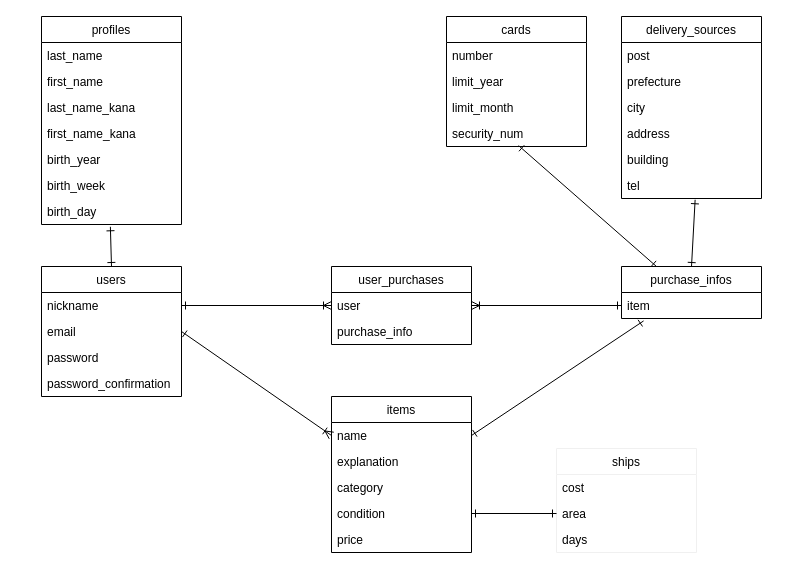
Above: furima-er.drawio in HirokiYagou/furima-33492 (draw.io), before the change. Source tidied: cells renumbered, new cells numbered last; positions are measured from the earlier drawing's top-left corner, leaving out a move shared by most shapes. Both pictures are drawn from the tidied source at 100%, with x=0, y=0 at pixel (41, 16).
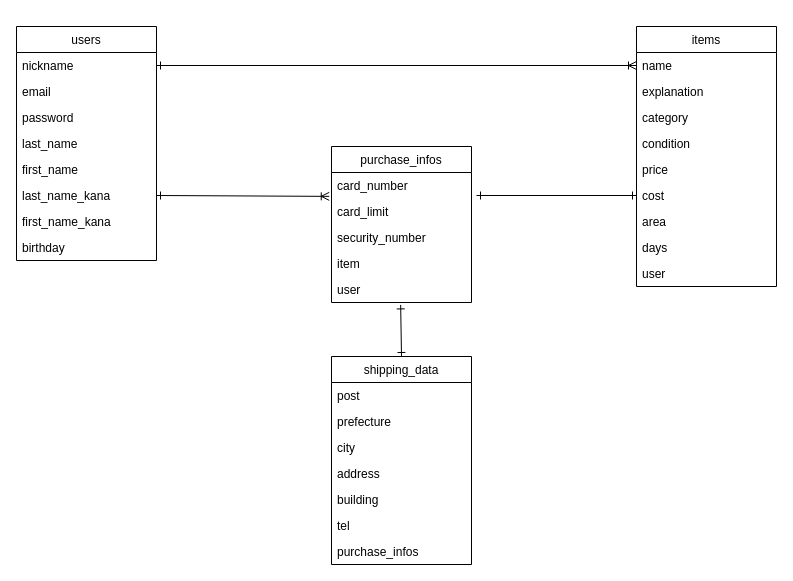
After the change.

Commit message (it also covers changes not shown here):
ER図、README修正

The change refers to these unchanged cells:
```xml
<mxCell id="3" value="nickname" style="text;strokeColor=none;fillColor=none;align=left;verticalAlign=top;spacingLeft=4;spacingRight=4;overflow=hidden;points=[[0,0.5],[1,0.5]];portConstraint=eastwest;" parent="2" vertex="1">
  <mxGeometry y="26" width="140" height="26" as="geometry" />
</mxCell>
<mxCell id="4" value="email " style="text;strokeColor=none;fillColor=none;align=left;verticalAlign=top;spacingLeft=4;spacingRight=4;overflow=hidden;points=[[0,0.5],[1,0.5]];portConstraint=eastwest;" parent="2" vertex="1">
  <mxGeometry y="52" width="140" height="26" as="geometry" />
</mxCell>
<mxCell id="8" value="name" style="text;strokeColor=none;fillColor=none;align=left;verticalAlign=top;spacingLeft=4;spacingRight=4;overflow=hidden;points=[[0,0.5],[1,0.5]];portConstraint=eastwest;" parent="7" vertex="1">
  <mxGeometry y="26" width="140" height="26" as="geometry" />
</mxCell>
<mxCell id="11" value="condition" style="text;strokeColor=none;fillColor=none;align=left;verticalAlign=top;spacingLeft=4;spacingRight=4;overflow=hidden;points=[[0,0.5],[1,0.5]];portConstraint=eastwest;" parent="7" vertex="1">
  <mxGeometry y="104" width="140" height="26" as="geometry" />
</mxCell>
<mxCell id="42" value="tel" style="text;strokeColor=none;fillColor=none;align=left;verticalAlign=top;spacingLeft=4;spacingRight=4;overflow=hidden;points=[[0,0.5],[1,0.5]];portConstraint=eastwest;" parent="36" vertex="1">
  <mxGeometry y="156" width="140" height="26" as="geometry" />
</mxCell>
```

The edit, as a diff of the source:
```diff
@@
     <mxCell id="2" value="users" style="swimlane;fontStyle=0;horizontal=1;startSize=26;labelBackgroundColor=none;labelBorderColor=none;fillColor=none;" parent="1" vertex="1">
-      <mxGeometry y="250" width="140" height="130" as="geometry" />
+      <mxGeometry x="-25" y="10" width="140" height="234" as="geometry" />
     </mxCell>
@@
-    <mxCell id="6" value="password_confirmation" style="text;strokeColor=none;fillColor=none;align=left;verticalAlign=top;spacingLeft=4;spacingRight=4;overflow=hidden;" parent="2" vertex="1">
-      <mxGeometry y="104" width="140" height="26" as="geometry" />
-    </mxCell>
+    <mxCell id="23" value="last_name" style="text;strokeColor=none;fillColor=none;align=left;verticalAlign=top;spacingLeft=4;spacingRight=4;overflow=hidden;" parent="2" vertex="1">
+      <mxGeometry y="104" width="140" height="26" as="geometry" />
+    </mxCell>
+    <mxCell id="24" value="first_name" style="text;strokeColor=none;fillColor=none;align=left;verticalAlign=top;spacingLeft=4;spacingRight=4;overflow=hidden;" parent="2" vertex="1">
+      <mxGeometry y="130" width="140" height="26" as="geometry" />
+    </mxCell>
+    <mxCell id="25" value="last_name_kana" style="text;strokeColor=none;fillColor=none;align=left;verticalAlign=top;spacingLeft=4;spacingRight=4;overflow=hidden;points=[[0,0.5],[1,0.5]];portConstraint=eastwest;" parent="2" vertex="1">
+      <mxGeometry y="156" width="140" height="26" as="geometry" />
+    </mxCell>
+    <mxCell id="26" value="first_name_kana" style="text;strokeColor=none;fillColor=none;align=left;verticalAlign=top;spacingLeft=4;spacingRight=4;overflow=hidden;points=[[0,0.5],[1,0.5]];portConstraint=eastwest;" parent="2" vertex="1">
+      <mxGeometry y="182" width="140" height="26" as="geometry" />
+    </mxCell>
+    <mxCell id="51" value="birthday" style="text;strokeColor=none;fillColor=none;align=left;verticalAlign=top;spacingLeft=4;spacingRight=4;overflow=hidden;" parent="2" vertex="1">
+      <mxGeometry y="208" width="140" height="26" as="geometry" />
+    </mxCell>
     <mxCell id="7" value="items" style="swimlane;fontStyle=0;horizontal=1;startSize=26;fillColor=none;" parent="1" vertex="1">
-      <mxGeometry x="290" y="380" width="140" height="156" as="geometry" />
+      <mxGeometry x="595" y="10" width="140" height="260" as="geometry" />
     </mxCell>
@@
+    <mxCell id="47" value="cost" style="text;strokeColor=none;fillColor=none;align=left;verticalAlign=top;spacingLeft=4;spacingRight=4;overflow=hidden;points=[[0,0.5],[1,0.5]];portConstraint=eastwest;" parent="7" vertex="1">
+      <mxGeometry y="156" width="140" height="26" as="geometry" />
+    </mxCell>
+    <mxCell id="48" value="area" style="text;strokeColor=none;fillColor=none;align=left;verticalAlign=top;spacingLeft=4;spacingRight=4;overflow=hidden;points=[[0,0.5],[1,0.5]];portConstraint=eastwest;" parent="7" vertex="1">
+      <mxGeometry y="182" width="140" height="26" as="geometry" />
+    </mxCell>
+    <mxCell id="49" value="days" style="text;strokeColor=none;fillColor=none;align=left;verticalAlign=top;spacingLeft=4;spacingRight=4;overflow=hidden;" parent="7" vertex="1">
+      <mxGeometry y="208" width="140" height="26" as="geometry" />
+    </mxCell>
+    <mxCell id="52" value="user" style="text;strokeColor=none;fillColor=none;align=left;verticalAlign=top;spacingLeft=4;spacingRight=4;overflow=hidden;" parent="7" vertex="1">
+      <mxGeometry y="234" width="140" height="26" as="geometry" />
+    </mxCell>
     <mxCell id="13" value="purchase_infos" style="swimlane;fontStyle=0;horizontal=1;startSize=26;fillColor=none;labelBackgroundColor=none;" parent="1" vertex="1">
-      <mxGeometry x="580" y="250" width="140" height="52" as="geometry" />
+      <mxGeometry x="290" y="130" width="140" height="156" as="geometry" />
     </mxCell>
+    <mxCell id="53" value="card_number" style="text;strokeColor=none;fillColor=none;align=left;verticalAlign=top;spacingLeft=4;spacingRight=4;overflow=hidden;" parent="13" vertex="1">
+      <mxGeometry y="26" width="140" height="26" as="geometry" />
+    </mxCell>
+    <mxCell id="54" value="card_limit" style="text;strokeColor=none;fillColor=none;align=left;verticalAlign=top;spacingLeft=4;spacingRight=4;overflow=hidden;points=[[0,0.5],[1,0.5]];portConstraint=eastwest;" parent="13" vertex="1">
+      <mxGeometry y="52" width="140" height="26" as="geometry" />
+    </mxCell>
+    <mxCell id="55" value="security_number" style="text;strokeColor=none;fillColor=none;align=left;verticalAlign=top;spacingLeft=4;spacingRight=4;overflow=hidden;" parent="13" vertex="1">
+      <mxGeometry y="78" width="140" height="26" as="geometry" />
+    </mxCell>
     <mxCell id="14" value="item" style="text;strokeColor=none;fillColor=none;align=left;verticalAlign=top;spacingLeft=4;spacingRight=4;overflow=hidden;points=[[0,0.5],[1,0.5]];portConstraint=eastwest;" parent="13" vertex="1">
-      <mxGeometry y="26" width="140" height="26" as="geometry" />
+      <mxGeometry y="104" width="140" height="26" as="geometry" />
     </mxCell>
+    <mxCell id="56" value="user" style="text;strokeColor=none;fillColor=none;align=left;verticalAlign=top;spacingLeft=4;spacingRight=4;overflow=hidden;points=[[0,0.5],[1,0.5]];portConstraint=eastwest;" parent="13" vertex="1">
+      <mxGeometry y="130" width="140" height="26" as="geometry" />
+    </mxCell>
-    <mxCell id="15" style="endArrow=ERoneToMany;html=1;exitX=1;exitY=0.5;exitDx=0;exitDy=0;entryX=0;entryY=0.5;entryDx=0;entryDy=0;endFill=0;startArrow=ERone;startFill=0;" parent="1" edge="1" source="4" target="8">
+    <mxCell id="15" style="endArrow=ERoneToMany;html=1;exitX=1;exitY=0.5;exitDx=0;exitDy=0;entryX=0;entryY=0.5;entryDx=0;entryDy=0;endFill=0;startArrow=ERone;startFill=0;" parent="1" edge="1" source="3" target="8">
       <mxGeometry relative="1" as="geometry" />
     </mxCell>
-    <mxCell id="16" style="endArrow=ERone;html=1;entryX=1;entryY=0.5;entryDx=0;entryDy=0;exitX=0.158;exitY=1.093;exitDx=0;exitDy=0;startArrow=ERone;startFill=0;endFill=0;exitPerimeter=0;" parent="1" edge="1" source="14" target="8">
-      <mxGeometry relative="1" as="geometry" />
+    <mxCell id="16" style="endArrow=ERone;html=1;entryX=0;entryY=0.5;entryDx=0;entryDy=0;startArrow=ERone;startFill=0;endFill=0;" parent="1" edge="1" target="47">
+      <mxGeometry relative="1" as="geometry">
+        <mxPoint x="435" y="179" as="sourcePoint" />
+      </mxGeometry>
     </mxCell>
-    <mxCell id="17" style="endArrow=ERone;html=1;entryX=1;entryY=0.5;entryDx=0;entryDy=0;exitX=0;exitY=0.5;exitDx=0;exitDy=0;endFill=0;startArrow=ERoneToMany;startFill=0;" parent="1" edge="1" source="19" target="3">
+    <mxCell id="17" style="endArrow=ERone;html=1;entryX=1;entryY=0.5;entryDx=0;entryDy=0;endFill=0;startArrow=ERoneToMany;startFill=0;exitX=-0.016;exitY=-0.082;exitDx=0;exitDy=0;exitPerimeter=0;" parent="1" edge="1" source="54" target="25">
       <mxGeometry relative="1" as="geometry" />
     </mxCell>
-    <mxCell id="18" value="user_purchases" style="swimlane;fontStyle=0;horizontal=1;startSize=26;fillColor=none;" parent="1" vertex="1">
-      <mxGeometry x="290" y="250" width="140" height="78" as="geometry" />
-    </mxCell>
-    <mxCell id="19" value="user" style="text;strokeColor=none;fillColor=none;align=left;verticalAlign=top;spacingLeft=4;spacingRight=4;overflow=hidden;points=[[0,0.5],[1,0.5]];portConstraint=eastwest;" parent="18" vertex="1">
-      <mxGeometry y="26" width="140" height="26" as="geometry" />
-    </mxCell>
-    <mxCell id="20" value="purchase_info" style="text;strokeColor=none;fillColor=none;align=left;verticalAlign=top;spacingLeft=4;spacingRight=4;overflow=hidden;" parent="18" vertex="1">
-      <mxGeometry y="52" width="140" height="26" as="geometry" />
-    </mxCell>
-    <mxCell id="21" style="endArrow=ERone;html=1;entryX=0;entryY=0.5;entryDx=0;entryDy=0;exitX=1;exitY=0.5;exitDx=0;exitDy=0;startArrow=ERoneToMany;startFill=0;endFill=0;" parent="1" edge="1" source="19" target="14">
-      <mxGeometry relative="1" as="geometry" />
-    </mxCell>
-    <mxCell id="22" value="profiles" style="swimlane;fontStyle=0;horizontal=1;startSize=26;fillColor=none;" parent="1" vertex="1">
-      <mxGeometry width="140" height="208" as="geometry" />
-    </mxCell>
-    <mxCell id="23" value="last_name" style="text;strokeColor=none;fillColor=none;align=left;verticalAlign=top;spacingLeft=4;spacingRight=4;overflow=hidden;" parent="22" vertex="1">
-      <mxGeometry y="26" width="140" height="26" as="geometry" />
-    </mxCell>
-    <mxCell id="24" value="first_name" style="text;strokeColor=none;fillColor=none;align=left;verticalAlign=top;spacingLeft=4;spacingRight=4;overflow=hidden;" parent="22" vertex="1">
-      <mxGeometry y="52" width="140" height="26" as="geometry" />
-    </mxCell>
-    <mxCell id="25" value="last_name_kana" style="text;strokeColor=none;fillColor=none;align=left;verticalAlign=top;spacingLeft=4;spacingRight=4;overflow=hidden;points=[[0,0.5],[1,0.5]];portConstraint=eastwest;" parent="22" vertex="1">
-      <mxGeometry y="78" width="140" height="26" as="geometry" />
-    </mxCell>
-    <mxCell id="26" value="first_name_kana" style="text;strokeColor=none;fillColor=none;align=left;verticalAlign=top;spacingLeft=4;spacingRight=4;overflow=hidden;points=[[0,0.5],[1,0.5]];portConstraint=eastwest;" parent="22" vertex="1">
-      <mxGeometry y="104" width="140" height="26" as="geometry" />
-    </mxCell>
-    <mxCell id="27" value="birth_year" style="text;strokeColor=none;fillColor=none;align=left;verticalAlign=top;spacingLeft=4;spacingRight=4;overflow=hidden;" parent="22" vertex="1">
-      <mxGeometry y="130" width="140" height="26" as="geometry" />
-    </mxCell>
-    <mxCell id="28" value="birth_week" style="text;strokeColor=none;fillColor=none;align=left;verticalAlign=top;spacingLeft=4;spacingRight=4;overflow=hidden;" parent="22" vertex="1">
-      <mxGeometry y="156" width="140" height="26" as="geometry" />
-    </mxCell>
-    <mxCell id="29" value="birth_day" style="text;strokeColor=none;fillColor=none;align=left;verticalAlign=top;spacingLeft=4;spacingRight=4;overflow=hidden;points=[[0,0.5],[1,0.5]];portConstraint=eastwest;" parent="22" vertex="1">
-      <mxGeometry y="182" width="140" height="26" as="geometry" />
-    </mxCell>
-    <mxCell id="30" style="edgeStyle=orthogonalEdgeStyle;rounded=0;orthogonalLoop=1;jettySize=auto;html=1;exitX=1;exitY=0.5;exitDx=0;exitDy=0;" parent="22" edge="1" source="26" target="26">
-      <mxGeometry relative="1" as="geometry" />
-    </mxCell>
-    <mxCell id="31" value="cards" style="swimlane;fontStyle=0;horizontal=1;startSize=26;fillColor=none;" parent="1" vertex="1">
-      <mxGeometry x="405" width="140" height="130" as="geometry" />
-    </mxCell>
-    <mxCell id="32" value="number" style="text;strokeColor=none;fillColor=none;align=left;verticalAlign=top;spacingLeft=4;spacingRight=4;overflow=hidden;" parent="31" vertex="1">
-      <mxGeometry y="26" width="140" height="26" as="geometry" />
-    </mxCell>
-    <mxCell id="33" value="limit_year" style="text;strokeColor=none;fillColor=none;align=left;verticalAlign=top;spacingLeft=4;spacingRight=4;overflow=hidden;" parent="31" vertex="1">
-      <mxGeometry y="52" width="140" height="26" as="geometry" />
-    </mxCell>
-    <mxCell id="34" value="limit_month" style="text;strokeColor=none;fillColor=none;align=left;verticalAlign=top;spacingLeft=4;spacingRight=4;overflow=hidden;" parent="31" vertex="1">
-      <mxGeometry y="78" width="140" height="26" as="geometry" />
-    </mxCell>
-    <mxCell id="35" value="security_num" style="text;strokeColor=none;fillColor=none;align=left;verticalAlign=top;spacingLeft=4;spacingRight=4;overflow=hidden;points=[[0,0.5],[1,0.5]];portConstraint=eastwest;" parent="31" vertex="1">
-      <mxGeometry y="104" width="140" height="26" as="geometry" />
-    </mxCell>
-    <mxCell id="36" value="delivery_sources" style="swimlane;fontStyle=0;horizontal=1;startSize=26;fillColor=none;" parent="1" vertex="1">
-      <mxGeometry x="580" width="140" height="182" as="geometry" />
+    <mxCell id="36" value="shipping_data" style="swimlane;fontStyle=0;horizontal=1;startSize=26;fillColor=none;" parent="1" vertex="1">
+      <mxGeometry x="290" y="340" width="140" height="208" as="geometry" />
     </mxCell>
@@
-    <mxCell id="43" style="endArrow=ERone;html=1;entryX=0.5;entryY=0;entryDx=0;entryDy=0;exitX=0.492;exitY=1.088;exitDx=0;exitDy=0;exitPerimeter=0;endFill=0;startArrow=ERone;startFill=0;" parent="1" edge="1" source="29" target="2">
-      <mxGeometry relative="1" as="geometry" />
-    </mxCell>
-    <mxCell id="44" style="endArrow=ERone;html=1;entryX=0.515;entryY=0.966;entryDx=0;entryDy=0;entryPerimeter=0;exitX=0.25;exitY=0;exitDx=0;exitDy=0;startArrow=ERone;startFill=0;endFill=0;" parent="1" edge="1" source="13" target="35">
-      <mxGeometry relative="1" as="geometry" />
-    </mxCell>
+    <mxCell id="57" value="purchase_infos" style="text;strokeColor=none;fillColor=none;align=left;verticalAlign=top;spacingLeft=4;spacingRight=4;overflow=hidden;" parent="36" vertex="1">
+      <mxGeometry y="182" width="140" height="26" as="geometry" />
+    </mxCell>
-    <mxCell id="45" style="endArrow=ERone;html=1;entryX=0.526;entryY=1.048;entryDx=0;entryDy=0;entryPerimeter=0;exitX=0.5;exitY=0;exitDx=0;exitDy=0;endFill=0;startArrow=ERone;startFill=0;" parent="1" edge="1" source="13" target="42">
+    <mxCell id="45" style="endArrow=ERone;html=1;entryX=0.5;entryY=0;entryDx=0;entryDy=0;exitX=0.494;exitY=1.093;exitDx=0;exitDy=0;endFill=0;startArrow=ERone;startFill=0;exitPerimeter=0;" parent="1" edge="1" source="56" target="36">
       <mxGeometry relative="1" as="geometry" />
     </mxCell>
-    <mxCell id="46" value="ships" style="swimlane;fontStyle=0;horizontal=1;startSize=26;fillColor=none;strokeColor=#f0f0f0;" parent="1" vertex="1">
-      <mxGeometry x="515" y="432" width="140" height="104" as="geometry" />
-    </mxCell>
-    <mxCell id="47" value="cost" style="text;strokeColor=none;fillColor=none;align=left;verticalAlign=top;spacingLeft=4;spacingRight=4;overflow=hidden;points=[[0,0.5],[1,0.5]];portConstraint=eastwest;" parent="46" vertex="1">
-      <mxGeometry y="26" width="140" height="26" as="geometry" />
-    </mxCell>
-    <mxCell id="48" value="area" style="text;strokeColor=none;fillColor=none;align=left;verticalAlign=top;spacingLeft=4;spacingRight=4;overflow=hidden;points=[[0,0.5],[1,0.5]];portConstraint=eastwest;" parent="46" vertex="1">
-      <mxGeometry y="52" width="140" height="26" as="geometry" />
-    </mxCell>
-    <mxCell id="49" value="days" style="text;strokeColor=none;fillColor=none;align=left;verticalAlign=top;spacingLeft=4;spacingRight=4;overflow=hidden;" parent="46" vertex="1">
-      <mxGeometry y="78" width="140" height="26" as="geometry" />
-    </mxCell>
-    <mxCell id="50" style="endArrow=ERone;html=1;exitX=1;exitY=0.5;exitDx=0;exitDy=0;entryX=0;entryY=0.5;entryDx=0;entryDy=0;startArrow=ERone;startFill=0;endFill=0;" parent="1" edge="1" source="11" target="48">
-      <mxGeometry relative="1" as="geometry" />
-    </mxCell>
```
